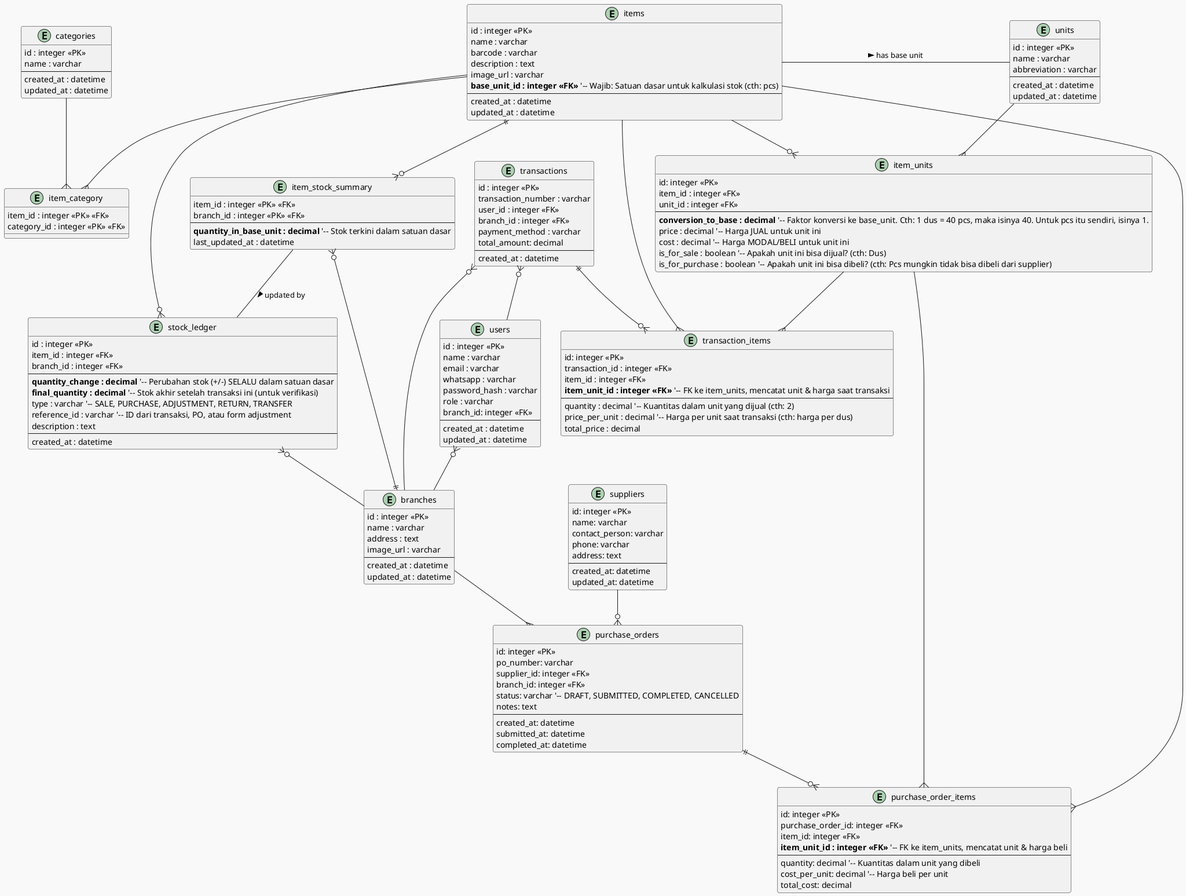
Earlier version of the PlantUML export docs/arch/erd.png (oskhar/payment-system).
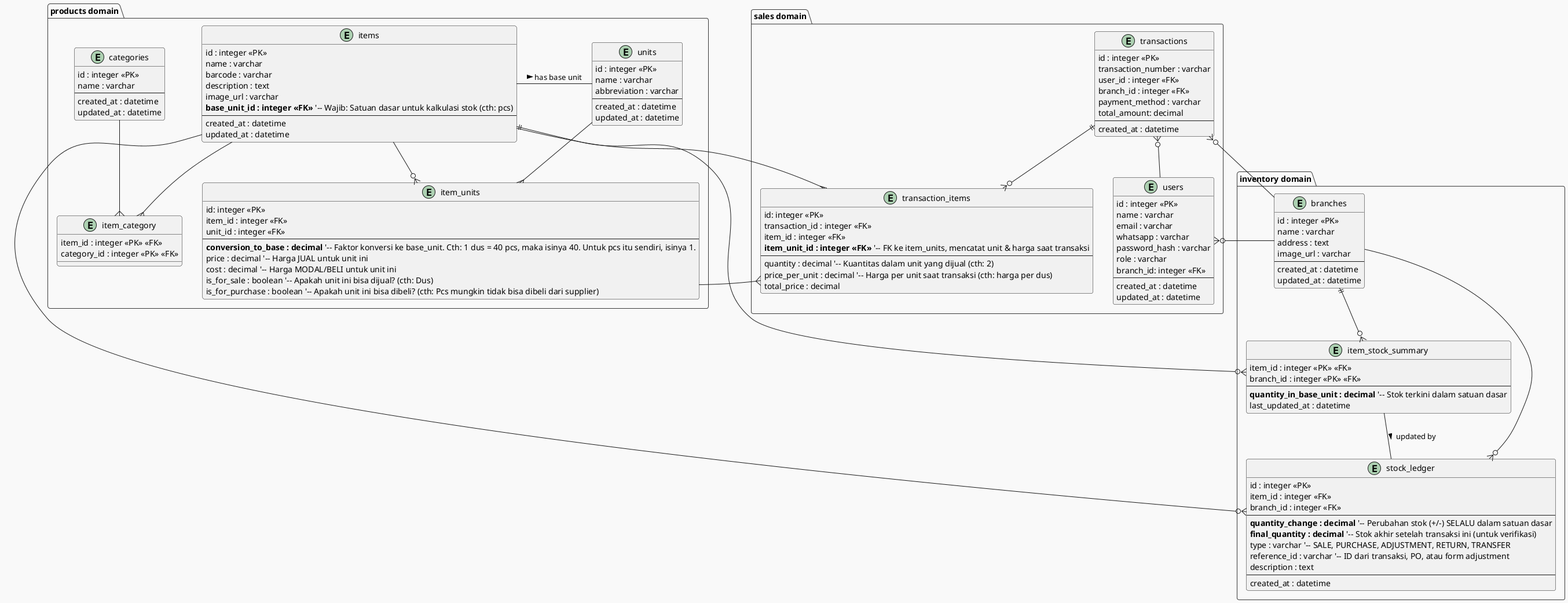
Above is the later version.

The edit, as a diff of the source:
```diff
@@ -2,155 +2,124 @@
 !theme mars
 
 
-entity "categories" as cat {
-  id : integer <<PK>>
-  name : varchar
-  --
-  created_at : datetime
-  updated_at : datetime
+package "products domain" {
+  entity "categories" as cat {
+    id : integer <<PK>>
+    name : varchar
+    --
+    created_at : datetime
+    updated_at : datetime
+  }
+
+  entity "items" as i {
+    id : integer <<PK>>
+    name : varchar
+    barcode : varchar
+    description : text
+    image_url : varchar
+    **base_unit_id : integer <<FK>>** '-- Wajib: Satuan dasar untuk kalkulasi stok (cth: pcs)
+    --
+    created_at : datetime
+    updated_at : datetime
+  }
+
+  entity "item_category" as ic {
+    item_id : integer <<PK>> <<FK>>
+    category_id : integer <<PK>> <<FK>>
+  }
+
+  entity "item_units" as iu {
+    id: integer <<PK>>
+    item_id : integer <<FK>>
+    unit_id : integer <<FK>>
+    --
+    **conversion_to_base : decimal** '-- Faktor konversi ke base_unit. Cth: 1 dus = 40 pcs, maka isinya 40. Untuk pcs itu sendiri, isinya 1.
+    price : decimal '-- Harga JUAL untuk unit ini
+    cost : decimal '-- Harga MODAL/BELI untuk unit ini
+    is_for_sale : boolean '-- Apakah unit ini bisa dijual? (cth: Dus)
+    is_for_purchase : boolean '-- Apakah unit ini bisa dibeli? (cth: Pcs mungkin tidak bisa dibeli dari supplier)
+  }
+
+  entity "units" as u {
+    id : integer <<PK>>
+    name : varchar
+    abbreviation : varchar
+    --
+    created_at : datetime
+    updated_at : datetime
+  }
 }
 
-entity "items" as i {
-  id : integer <<PK>>
-  name : varchar
-  barcode : varchar
-  description : text
-  image_url : varchar
-  **base_unit_id : integer <<FK>>** '-- Wajib: Satuan dasar untuk kalkulasi stok (cth: pcs)
-  --
-  created_at : datetime
-  updated_at : datetime
+package "inventory domain" {
+  entity "branches" as b {
+    id : integer <<PK>>
+    name : varchar
+    address : text
+    image_url : varchar
+    --
+    created_at : datetime
+    updated_at : datetime
+  }
+
+  entity "item_stock_summary" as iss {
+    item_id : integer <<PK>> <<FK>>
+    branch_id : integer <<PK>> <<FK>>
+    --
+    **quantity_in_base_unit : decimal** '-- Stok terkini dalam satuan dasar
+    last_updated_at : datetime
+  }
+
+  entity "stock_ledger" as sl {
+    id : integer <<PK>>
+    item_id : integer <<FK>>
+    branch_id : integer <<FK>>
+    --
+    **quantity_change : decimal** '-- Perubahan stok (+/-) SELALU dalam satuan dasar
+    **final_quantity : decimal** '-- Stok akhir setelah transaksi ini (untuk verifikasi)
+    type : varchar '-- SALE, PURCHASE, ADJUSTMENT, RETURN, TRANSFER
+    reference_id : varchar '-- ID dari transaksi, PO, atau form adjustment
+    description : text
+    --
+    created_at : datetime
+  }
 }
 
-entity "item_category" as ic {
-  item_id : integer <<PK>> <<FK>>
-  category_id : integer <<PK>> <<FK>>
+package "sales domain" {
+  entity "users" as usr {
+    id : integer <<PK>>
+    name : varchar
+    email : varchar
+    whatsapp : varchar
+    password_hash : varchar
+    role : varchar
+    branch_id: integer <<FK>>
+    --
+    created_at : datetime
+    updated_at : datetime
+  }
+
+  entity "transactions" as t {
+    id : integer <<PK>>
+    transaction_number : varchar
+    user_id : integer <<FK>>
+    branch_id : integer <<FK>>
+    payment_method : varchar
+    total_amount: decimal
+    --
+    created_at : datetime
+  }
+
+  entity "transaction_items" as ti {
+    id: integer <<PK>>
+    transaction_id : integer <<FK>>
+    item_id : integer <<FK>>
+    **item_unit_id : integer <<FK>>** '-- FK ke item_units, mencatat unit & harga saat transaksi
+    --
+    quantity : decimal '-- Kuantitas dalam unit yang dijual (cth: 2)
+    price_per_unit : decimal '-- Harga per unit saat transaksi (cth: harga per dus)
+    total_price : decimal
+  }
 }
-
-entity "units" as u {
-  id : integer <<PK>>
-  name : varchar
-  abbreviation : varchar
-  --
-  created_at : datetime
-  updated_at : datetime
-}
-
-entity "item_units" as iu {
-  id: integer <<PK>>
-  item_id : integer <<FK>>
-  unit_id : integer <<FK>>
-  --
-  **conversion_to_base : decimal** '-- Faktor konversi ke base_unit. Cth: 1 dus = 40 pcs, maka isinya 40. Untuk pcs itu sendiri, isinya 1.
-  price : decimal '-- Harga JUAL untuk unit ini
-  cost : decimal '-- Harga MODAL/BELI untuk unit ini
-  is_for_sale : boolean '-- Apakah unit ini bisa dijual? (cth: Dus)
-  is_for_purchase : boolean '-- Apakah unit ini bisa dibeli? (cth: Pcs mungkin tidak bisa dibeli dari supplier)
-}
-
-
-entity "branches" as b {
-  id : integer <<PK>>
-  name : varchar
-  address : text
-  image_url : varchar
-  --
-  created_at : datetime
-  updated_at : datetime
-}
-
-entity "item_stock_summary" as iss {
-  item_id : integer <<PK>> <<FK>>
-  branch_id : integer <<PK>> <<FK>>
-  --
-  **quantity_in_base_unit : decimal** '-- Stok terkini dalam satuan dasar
-  last_updated_at : datetime
-}
-
-entity "stock_ledger" as sl {
-  id : integer <<PK>>
-  item_id : integer <<FK>>
-  branch_id : integer <<FK>>
-  --
-  **quantity_change : decimal** '-- Perubahan stok (+/-) SELALU dalam satuan dasar
-  **final_quantity : decimal** '-- Stok akhir setelah transaksi ini (untuk verifikasi)
-  type : varchar '-- SALE, PURCHASE, ADJUSTMENT, RETURN, TRANSFER
-  reference_id : varchar '-- ID dari transaksi, PO, atau form adjustment
-  description : text
-  --
-  created_at : datetime
-}
-
-entity "users" as usr {
-  id : integer <<PK>>
-  name : varchar
-  email : varchar
-  whatsapp : varchar
-  password_hash : varchar
-  role : varchar
-  branch_id: integer <<FK>>
-  --
-  created_at : datetime
-  updated_at : datetime
-}
-
-entity "transactions" as t {
-  id : integer <<PK>>
-  transaction_number : varchar
-  user_id : integer <<FK>>
-  branch_id : integer <<FK>>
-  payment_method : varchar
-  total_amount: decimal
-  --
-  created_at : datetime
-}
-
-entity "transaction_items" as ti {
-  id: integer <<PK>>
-  transaction_id : integer <<FK>>
-  item_id : integer <<FK>>
-  **item_unit_id : integer <<FK>>** '-- FK ke item_units, mencatat unit & harga saat transaksi
-  --
-  quantity : decimal '-- Kuantitas dalam unit yang dijual (cth: 2)
-  price_per_unit : decimal '-- Harga per unit saat transaksi (cth: harga per dus)
-  total_price : decimal
-}
-
-entity "suppliers" as sup {
-  id: integer <<PK>>
-  name: varchar
-  contact_person: varchar
-  phone: varchar
-  address: text
-  --
-  created_at: datetime
-  updated_at: datetime
-}
-
-entity "purchase_orders" as po {
-    id: integer <<PK>>
-    po_number: varchar
-    supplier_id: integer <<FK>>
-    branch_id: integer <<FK>>
-    status: varchar '-- DRAFT, SUBMITTED, COMPLETED, CANCELLED
-    notes: text
-    --
-    created_at: datetime
-    submitted_at: datetime
-    completed_at: datetime
-}
-
-entity "purchase_order_items" as poi {
-    id: integer <<PK>>
-    purchase_order_id: integer <<FK>>
-    item_id: integer <<FK>>
-    **item_unit_id : integer <<FK>>** '-- FK ke item_units, mencatat unit & harga beli
-    --
-    quantity: decimal '-- Kuantitas dalam unit yang dibeli
-    cost_per_unit: decimal '-- Harga beli per unit
-    total_cost: decimal
-}
-
 
 i --{ ic
 cat --{ ic
@@ -170,11 +139,5 @@
 i --{ ti
 iu --{ ti
 
-sup --o{ po
-po ||--o{ poi
-b --{ po
-i --{ poi
-iu --{ poi
-
 usr }o-- b
 @enduml
```
